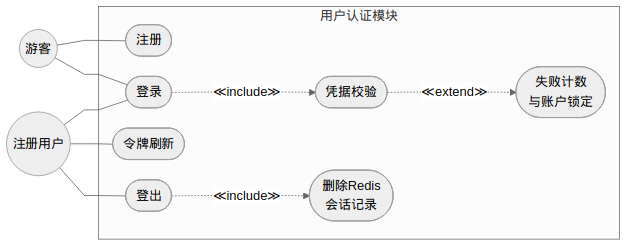
The Mermaid diagram docs/diagrams/fig3-2-auth-usecase.png in Wkjlovec/graduation_project_zhuang, before a commit. Its source is kept beside it as docs/diagrams/fig3-2-auth-usecase.mmd.
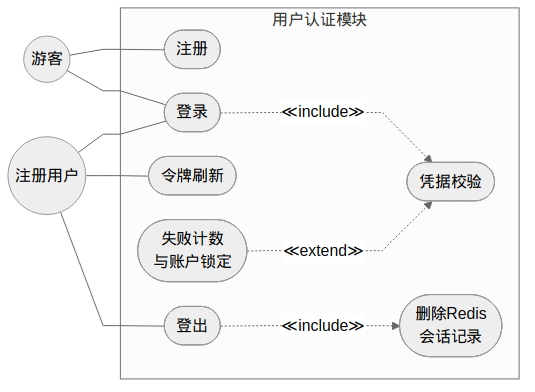
After the commit.

Change to the diagram source:
```diff
@@ -20,5 +20,5 @@
     User --- UC3
     User --- UC4
     UC2 -..->|"≪include≫"| UC5
-    UC5 -..->|"≪extend≫"| UC6
+    UC6 -..->|"≪extend≫"| UC5
     UC4 -..->|"≪include≫"| UC7
```
